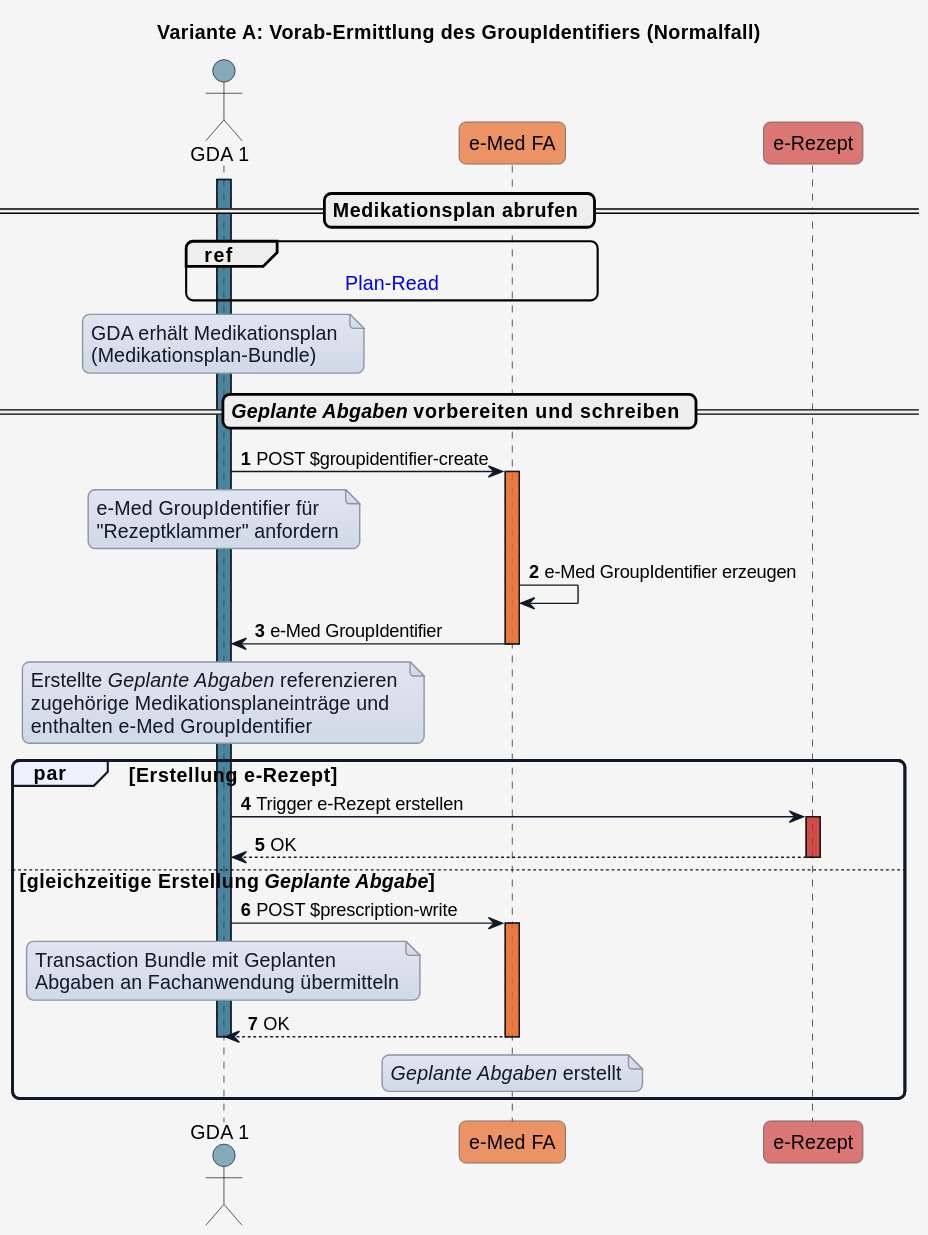
This is input/images/plantuml/UC_eMed_04_01_a_normal.svg from HL7Austria/ELGA-e-Medikation-R4, a PlantUML export, as it was before one commit.
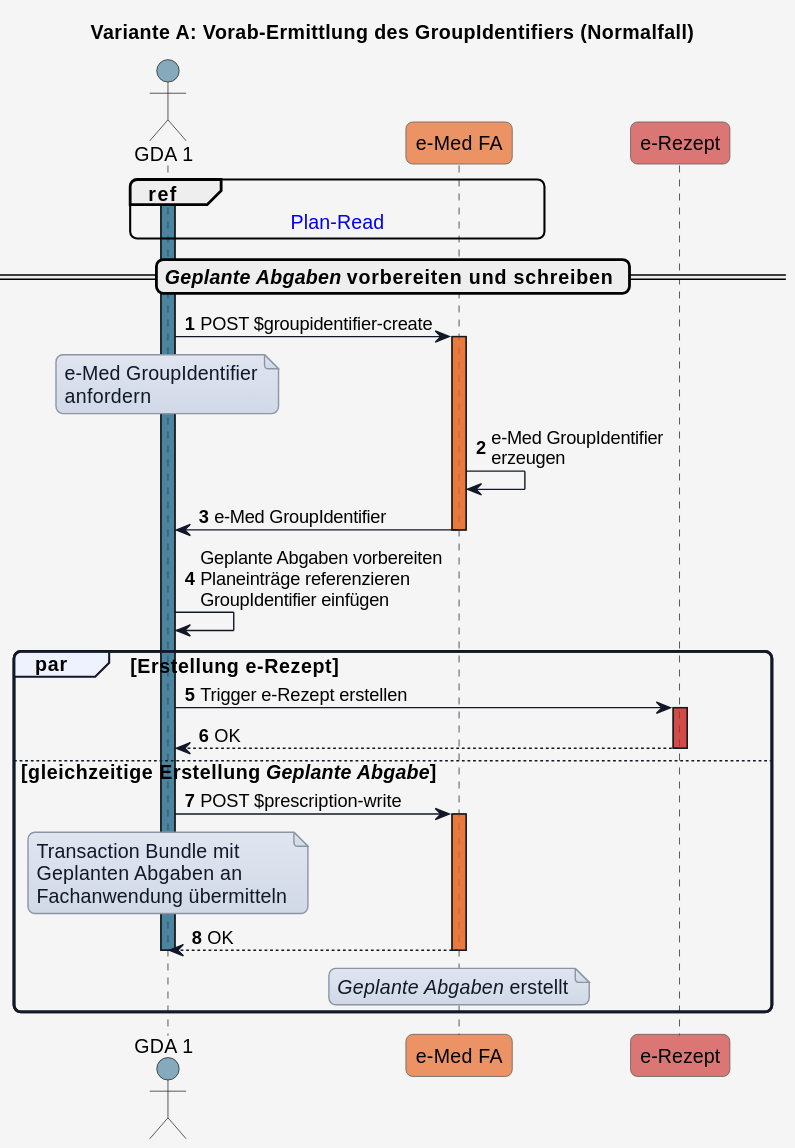
Above is the later version.

Change to the diagram source:
```diff
@@ -55,38 +55,24 @@
 
 autonumber
 
-== Medikationsplan abrufen ==
-
 activate GDA_1 COLOR_GDA_1
 ref over GDA_1, eMed_FA : [[interactions.html#sequenzdiagramm-plan-read Plan-Read]]
 
-
-note over GDA_1
-GDA erhält Medikationsplan
-(Medikationsplan-Bundle)
-end note
-
 == <i>Geplante Abgaben</i> vorbereiten und schreiben ==
-
-
 
 GDA_1 -> eMed_FA: POST $groupidentifier-create​
 
 note over GDA_1
-e-Med GroupIdentifier für
-"Rezeptklammer" anfordern
+e-Med GroupIdentifier
+anfordern
 end note
 
 activate eMed_FA COLOR_EMED_FA
-eMed_FA -> eMed_FA: e-Med GroupIdentifier erzeugen
+eMed_FA -> eMed_FA: e-Med GroupIdentifier\nerzeugen
 eMed_FA -> GDA_1: e-Med GroupIdentifier
 deactivate eMed_FA
 
-note over GDA_1
-Erstellte <i>Geplante Abgaben</i> referenzieren
-zugehörige Medikationsplaneinträge und
-enthalten e-Med GroupIdentifier
-end note
+GDA_1 -> GDA_1: Geplante Abgaben vorbereiten\nPlaneinträge referenzieren\nGroupIdentifier einfügen
 
 par Erstellung e-Rezept
 
@@ -100,8 +86,9 @@
   GDA_1 -> eMed_FA: POST $prescription-write
   activate eMed_FA COLOR_EMED_FA
   note over GDA_1
-  Transaction Bundle mit Geplanten
-  Abgaben an Fachanwendung übermitteln
+  Transaction Bundle mit
+  Geplanten Abgaben an
+  Fachanwendung übermitteln
   end note
 
   eMed_FA --> GDA_1: OK
```
